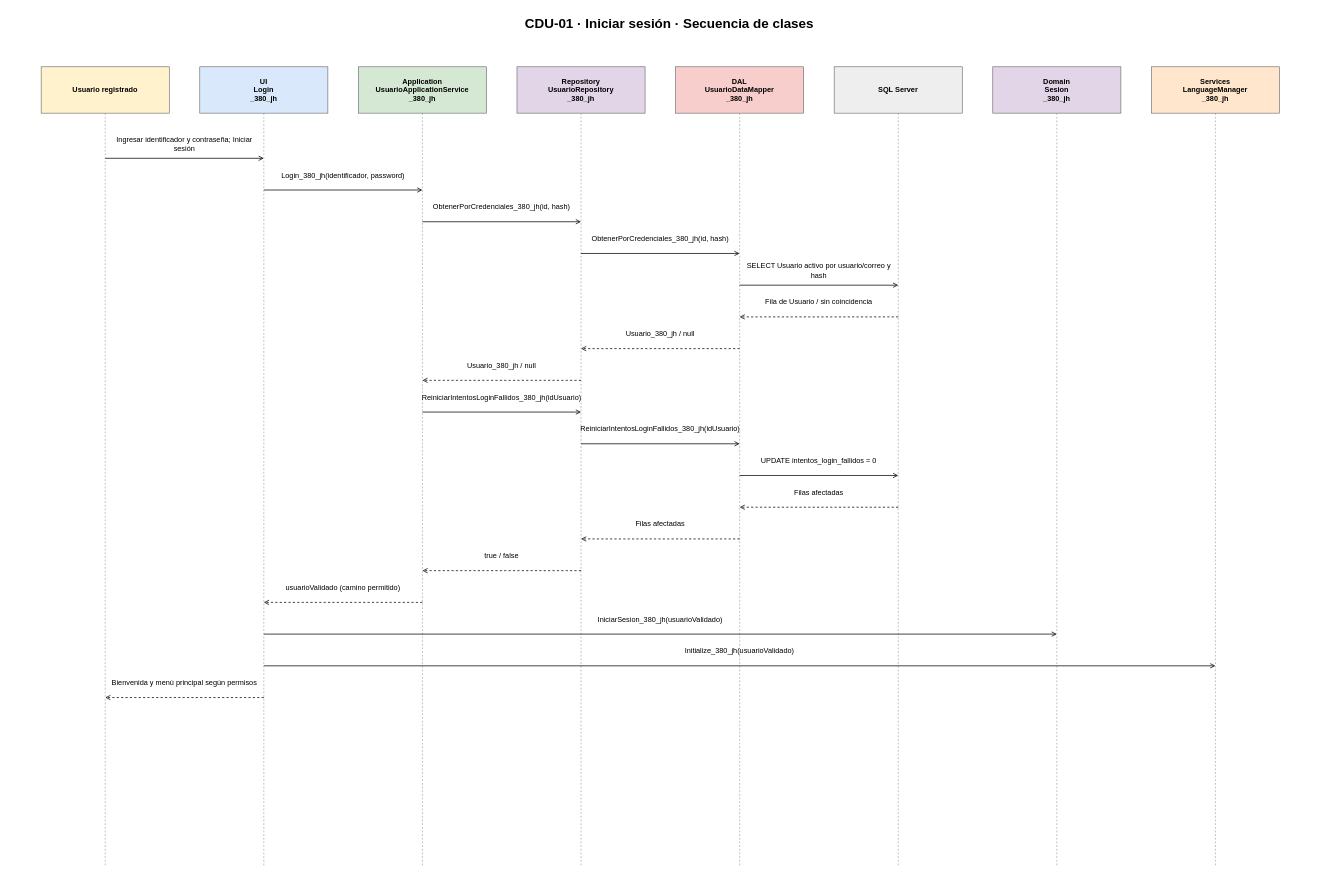
juanNH/Ingenieria-de-Software keeps this draw.io diagram as Diagramas/Diagramas de Secuencia/CDU-01 - Log In - Secuencia.drawio. Above is the earlier version. Source tidied: cells renumbered, new cells numbered last; positions are measured from the earlier drawing's top-left corner, leaving out a move shared by most shapes. Both pictures are drawn from the tidied source at 61%, with x=0, y=0 at pixel (10, 10).
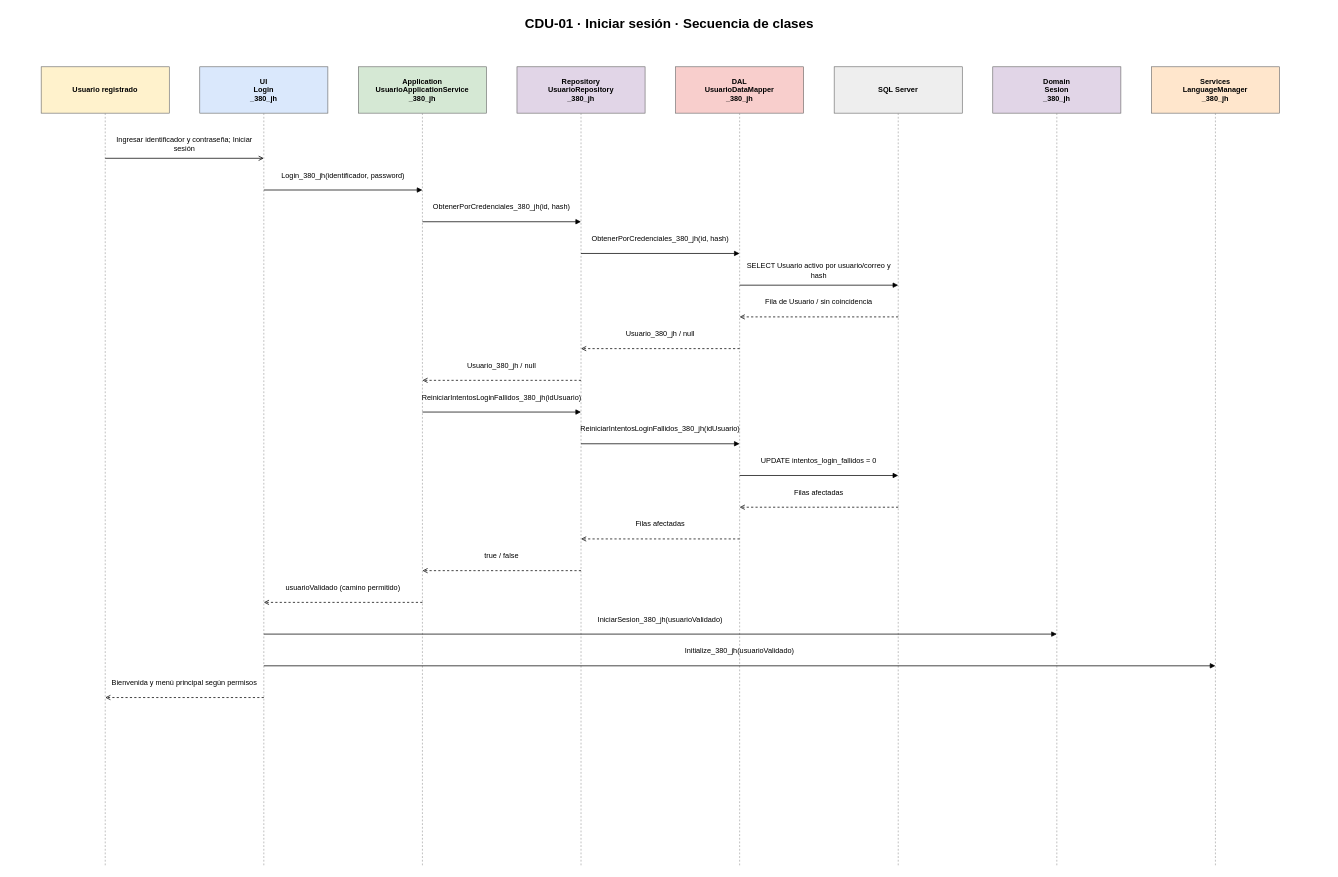
After the change.

Diff of the diagram source:
```diff
@@
-    <mxCell id="21" style="html=1;fontFamily=Arial;fontSize=13;labelBackgroundColor=#ffffff;endArrow=open;endFill=0;strokeWidth=1.2;" parent="1" edge="1">
+    <mxCell id="21" style="html=1;fontFamily=Arial;fontSize=13;labelBackgroundColor=#ffffff;endArrow=block;endFill=1;strokeWidth=1.2;" parent="1" edge="1">
       <mxGeometry relative="1" as="geometry">
         <mxPoint x="415" y="294" as="sourcePoint" />
         <mxPoint x="675" y="294" as="targetPoint" />
       </mxGeometry>
     </mxCell>
@@
-    <mxCell id="23" style="html=1;fontFamily=Arial;fontSize=13;labelBackgroundColor=#ffffff;endArrow=open;endFill=0;strokeWidth=1.2;" parent="1" edge="1">
+    <mxCell id="23" style="html=1;fontFamily=Arial;fontSize=13;labelBackgroundColor=#ffffff;endArrow=block;endFill=1;strokeWidth=1.2;" parent="1" edge="1">
       <mxGeometry relative="1" as="geometry">
         <mxPoint x="675" y="346" as="sourcePoint" />
         <mxPoint x="935" y="346" as="targetPoint" />
       </mxGeometry>
     </mxCell>
@@
-    <mxCell id="25" style="html=1;fontFamily=Arial;fontSize=13;labelBackgroundColor=#ffffff;endArrow=open;endFill=0;strokeWidth=1.2;" parent="1" edge="1">
+    <mxCell id="25" style="html=1;fontFamily=Arial;fontSize=13;labelBackgroundColor=#ffffff;endArrow=block;endFill=1;strokeWidth=1.2;" parent="1" edge="1">
       <mxGeometry relative="1" as="geometry">
         <mxPoint x="935" y="398" as="sourcePoint" />
         <mxPoint x="1195" y="398" as="targetPoint" />
       </mxGeometry>
     </mxCell>
@@
-    <mxCell id="27" style="html=1;fontFamily=Arial;fontSize=13;labelBackgroundColor=#ffffff;endArrow=open;endFill=0;strokeWidth=1.2;" parent="1" edge="1">
+    <mxCell id="27" style="html=1;fontFamily=Arial;fontSize=13;labelBackgroundColor=#ffffff;endArrow=block;endFill=1;strokeWidth=1.2;" parent="1" edge="1">
       <mxGeometry relative="1" as="geometry">
         <mxPoint x="1195" y="450" as="sourcePoint" />
         <mxPoint x="1455" y="450" as="targetPoint" />
       </mxGeometry>
     </mxCell>
@@
-    <mxCell id="35" style="html=1;fontFamily=Arial;fontSize=13;labelBackgroundColor=#ffffff;endArrow=open;endFill=0;strokeWidth=1.2;" parent="1" edge="1">
+    <mxCell id="35" style="html=1;fontFamily=Arial;fontSize=13;labelBackgroundColor=#ffffff;endArrow=block;endFill=1;strokeWidth=1.2;" parent="1" edge="1">
       <mxGeometry relative="1" as="geometry">
         <mxPoint x="675" y="658" as="sourcePoint" />
         <mxPoint x="935" y="658" as="targetPoint" />
       </mxGeometry>
     </mxCell>
@@
-    <mxCell id="37" style="html=1;fontFamily=Arial;fontSize=13;labelBackgroundColor=#ffffff;endArrow=open;endFill=0;strokeWidth=1.2;" parent="1" edge="1">
+    <mxCell id="37" style="html=1;fontFamily=Arial;fontSize=13;labelBackgroundColor=#ffffff;endArrow=block;endFill=1;strokeWidth=1.2;" parent="1" edge="1">
       <mxGeometry relative="1" as="geometry">
         <mxPoint x="935" y="710" as="sourcePoint" />
         <mxPoint x="1195" y="710" as="targetPoint" />
       </mxGeometry>
     </mxCell>
@@
-    <mxCell id="39" style="html=1;fontFamily=Arial;fontSize=13;labelBackgroundColor=#ffffff;endArrow=open;endFill=0;strokeWidth=1.2;" parent="1" edge="1">
+    <mxCell id="39" style="html=1;fontFamily=Arial;fontSize=13;labelBackgroundColor=#ffffff;endArrow=block;endFill=1;strokeWidth=1.2;" parent="1" edge="1">
       <mxGeometry relative="1" as="geometry">
         <mxPoint x="1195" y="762" as="sourcePoint" />
         <mxPoint x="1455" y="762" as="targetPoint" />
       </mxGeometry>
     </mxCell>
@@
-    <mxCell id="49" style="html=1;fontFamily=Arial;fontSize=13;labelBackgroundColor=#ffffff;endArrow=open;endFill=0;strokeWidth=1.2;" parent="1" edge="1">
+    <mxCell id="49" style="html=1;fontFamily=Arial;fontSize=13;labelBackgroundColor=#ffffff;endArrow=block;endFill=1;strokeWidth=1.2;" parent="1" edge="1">
       <mxGeometry relative="1" as="geometry">
         <mxPoint x="415" y="1022" as="sourcePoint" />
         <mxPoint x="1715" y="1022" as="targetPoint" />
       </mxGeometry>
     </mxCell>
@@
-    <mxCell id="51" style="html=1;fontFamily=Arial;fontSize=13;labelBackgroundColor=#ffffff;endArrow=open;endFill=0;strokeWidth=1.2;" parent="1" edge="1">
+    <mxCell id="51" style="html=1;fontFamily=Arial;fontSize=13;labelBackgroundColor=#ffffff;endArrow=block;endFill=1;strokeWidth=1.2;" parent="1" edge="1">
       <mxGeometry relative="1" as="geometry">
         <mxPoint x="415" y="1074" as="sourcePoint" />
         <mxPoint x="1975" y="1074" as="targetPoint" />
       </mxGeometry>
     </mxCell>
```
